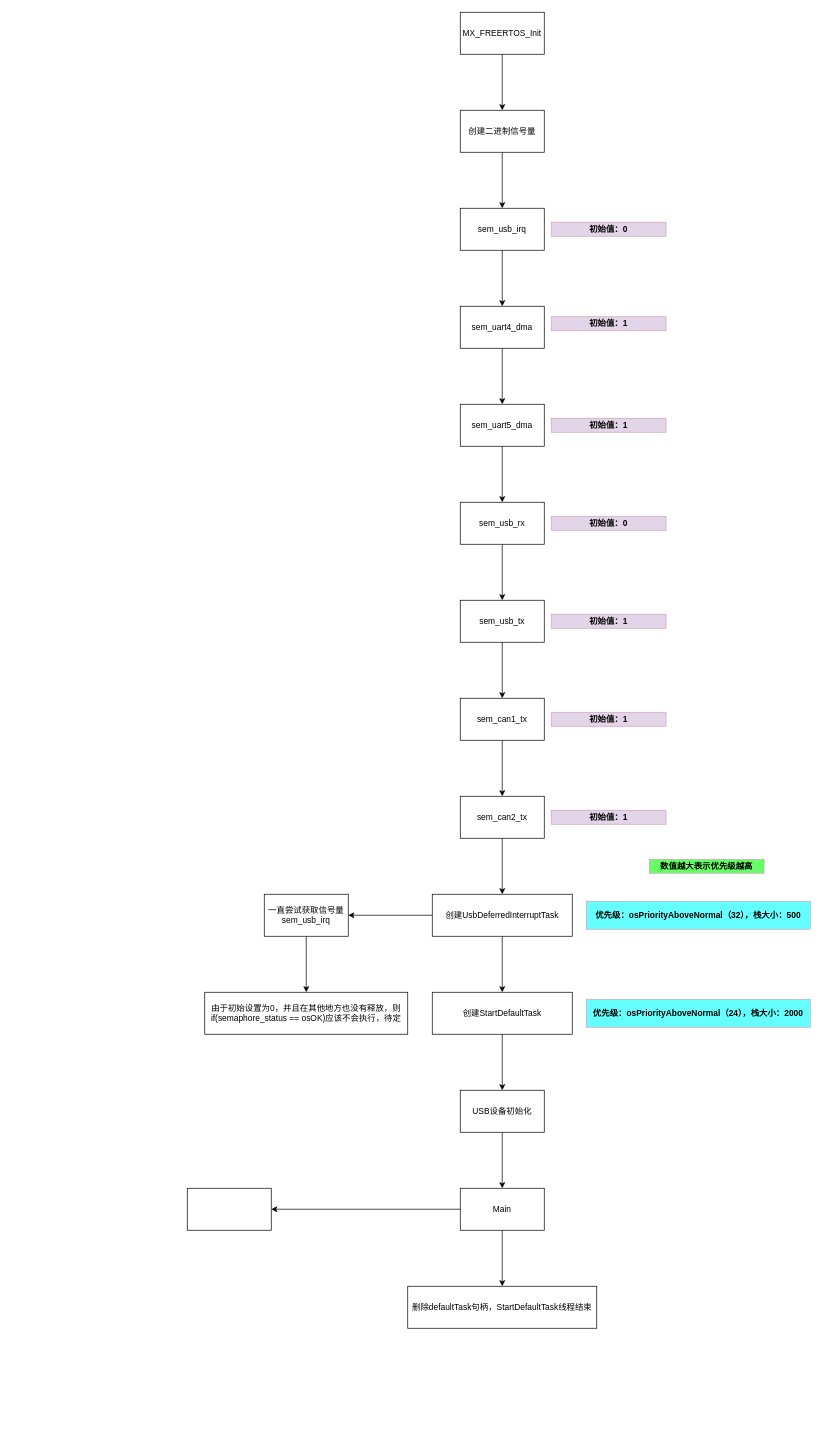
Above: dummy_ref.drawio in wanghao666123/dummy_study (draw.io), before the change. Source tidied: cells renumbered, new cells numbered last; positions are measured from the earlier drawing's top-left corner, leaving out a move shared by most shapes. Both pictures are drawn from the tidied source at 70%, with x=0, y=0 at pixel (187, 12).
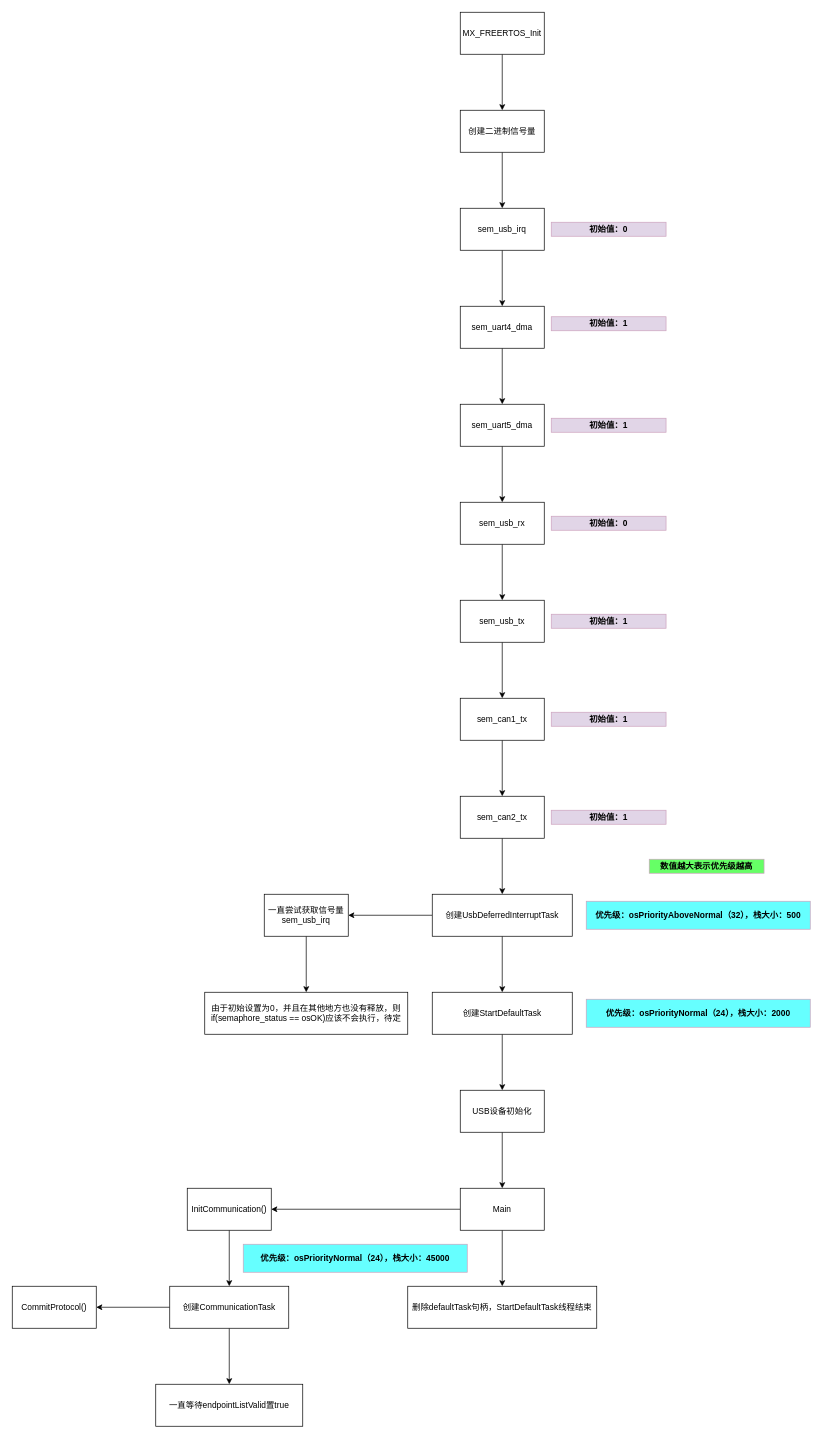
The same diagram, later.

What changed in the source:
```diff
@@
-    <mxCell id="36" value="&lt;div style=&quot;text-align: left&quot;&gt;&lt;span&gt;&lt;b&gt;优先级：osPriorityAboveNormal（24），栈大小：2000&lt;/b&gt;&lt;/span&gt;&lt;/div&gt;" style="text;html=1;strokeColor=#CDA2BE;fillColor=#66FFFF;align=center;verticalAlign=middle;whiteSpace=wrap;rounded=0;" parent="1" vertex="1">
+    <mxCell id="36" value="&lt;div style=&quot;text-align: left&quot;&gt;&lt;span&gt;&lt;b&gt;优先级：osPriorityNormal（24），栈大小：2000&lt;/b&gt;&lt;/span&gt;&lt;/div&gt;" style="text;html=1;strokeColor=#CDA2BE;fillColor=#66FFFF;align=center;verticalAlign=middle;whiteSpace=wrap;rounded=0;" parent="1" vertex="1">
       <mxGeometry x="570" y="1410" width="320" height="40" as="geometry" />
     </mxCell>
@@
+    <mxCell id="45" style="edgeStyle=orthogonalEdgeStyle;rounded=0;jettySize=auto;html=1;" parent="1" edge="1" source="44" target="48">
+      <mxGeometry relative="1" as="geometry" />
+    </mxCell>
-    <mxCell id="44" style="whiteSpace=wrap;html=1;rounded=0;" parent="1" vertex="1">
+    <mxCell id="44" value="InitCommunication()" style="whiteSpace=wrap;html=1;rounded=0;" parent="1" vertex="1">
       <mxGeometry y="1680" width="120" height="60" as="geometry" />
     </mxCell>
+    <mxCell id="46" style="edgeStyle=orthogonalEdgeStyle;rounded=0;jettySize=auto;html=1;" parent="1" edge="1" source="48" target="50">
+      <mxGeometry relative="1" as="geometry" />
+    </mxCell>
+    <mxCell id="47" style="edgeStyle=orthogonalEdgeStyle;rounded=0;jettySize=auto;html=1;" parent="1" edge="1" source="48" target="51">
+      <mxGeometry relative="1" as="geometry" />
+    </mxCell>
+    <mxCell id="48" value="创建CommunicationTask" style="whiteSpace=wrap;html=1;rounded=0;" parent="1" vertex="1">
+      <mxGeometry x="-25" y="1820" width="170" height="60" as="geometry" />
+    </mxCell>
+    <mxCell id="49" value="&lt;div style=&quot;text-align: left&quot;&gt;&lt;span&gt;&lt;b&gt;优先级：osPriorityNormal（24），栈大小：45000&lt;/b&gt;&lt;/span&gt;&lt;/div&gt;" style="text;html=1;strokeColor=#CDA2BE;fillColor=#66FFFF;align=center;verticalAlign=middle;whiteSpace=wrap;rounded=0;" parent="1" vertex="1">
+      <mxGeometry x="80" y="1760" width="320" height="40" as="geometry" />
+    </mxCell>
+    <mxCell id="50" value="一直等待endpointListValid置true" style="whiteSpace=wrap;html=1;rounded=0;" parent="1" vertex="1">
+      <mxGeometry x="-45" y="1960" width="210" height="60" as="geometry" />
+    </mxCell>
+    <mxCell id="51" value="CommitProtocol()" style="whiteSpace=wrap;html=1;rounded=0;" parent="1" vertex="1">
+      <mxGeometry x="-250" y="1820" width="120" height="60" as="geometry" />
+    </mxCell>
```
